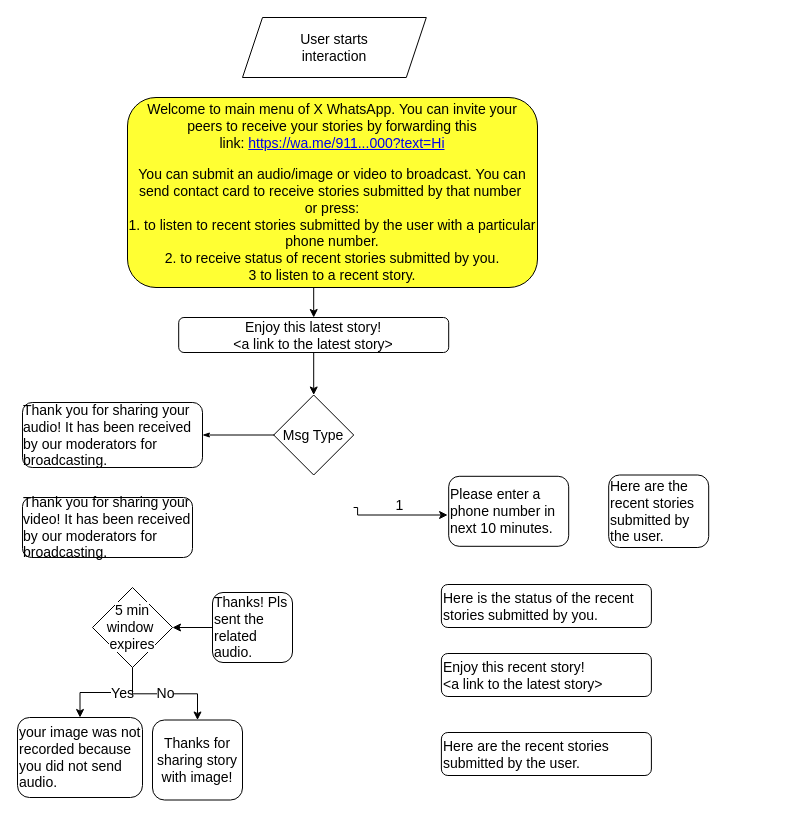
PriyankaVerma98/CGNetSwara-WhatsApp keeps this draw.io diagram as page "PDF Flow7" (10 of 10) of DisseminationFlow.drawio. Above is the earlier version. Source tidied: cells renumbered, new cells numbered last; positions are measured from the earlier drawing's top-left corner, leaving out a move shared by most shapes. Both pictures are drawn from the tidied source at 100%, with x=0, y=0 at pixel (-258, 17).
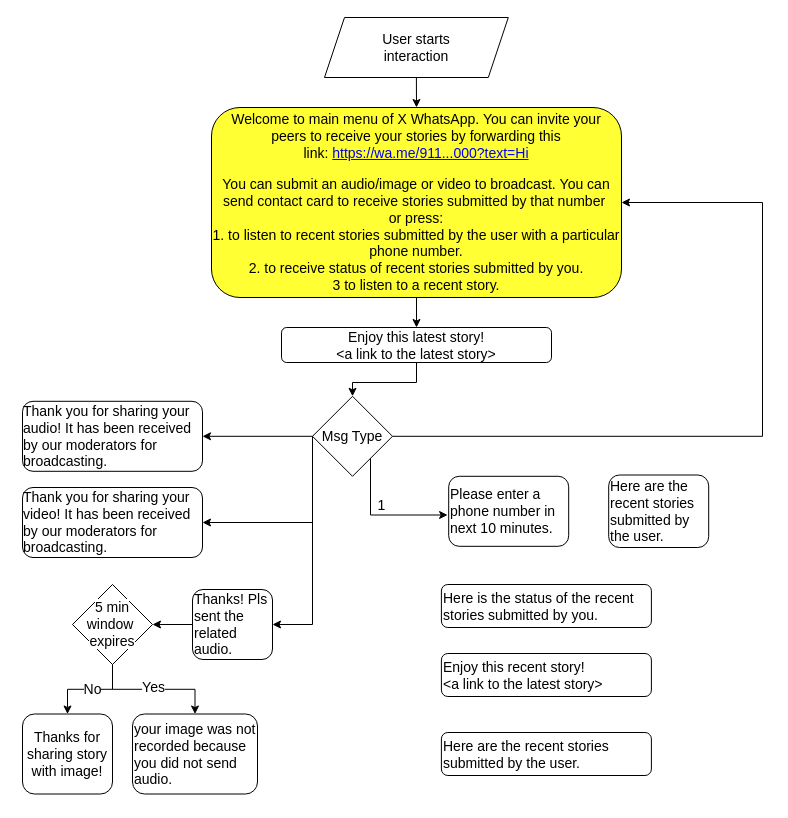
The same diagram, later.

Unchanged cells that the change refers to:
```xml
<mxCell id="16" style="edgeStyle=orthogonalEdgeStyle;rounded=0;jettySize=auto;html=1;startArrow=none;" parent="1" edge="1" source="22" target="20">
  <mxGeometry relative="1" as="geometry" />
</mxCell>
```

Change to the diagram source:
```diff
@@
+    <mxCell id="32" style="edgeStyle=orthogonalEdgeStyle;rounded=0;jettySize=auto;html=1;exitX=0.5;exitY=1;exitDx=0;exitDy=0;entryX=0.5;entryY=0;entryDx=0;entryDy=0;" parent="1" edge="1" source="2" target="9">
+      <mxGeometry relative="1" as="geometry" />
+    </mxCell>
     <mxCell id="2" value="&lt;font style=&quot;font-size: 14px&quot;&gt;User starts &lt;br&gt;interaction&lt;/font&gt;" style="shape=parallelogram;perimeter=parallelogramPerimeter;whiteSpace=wrap;html=1;fixedSize=1;" parent="1" vertex="1">
-      <mxGeometry x="500" width="183.8" height="60" as="geometry" />
+      <mxGeometry x="582" width="183.8" height="60" as="geometry" />
     </mxCell>
+    <mxCell id="4" value="&lt;font style=&quot;font-size: 14px&quot;&gt;1&lt;/font&gt;" style="edgeStyle=orthogonalEdgeStyle;rounded=0;jettySize=auto;html=1;exitX=1;exitY=1;exitDx=0;exitDy=0;entryX=0;entryY=0.5;entryDx=0;entryDy=0;" parent="1" edge="1" source="5">
+      <mxGeometry x="0.04" y="10" relative="1" as="geometry">
+        <mxPoint x="705.1" y="497.5" as="targetPoint" />
+        <Array as="points">
+          <mxPoint x="628" y="439" />
+          <mxPoint x="628" y="498" />
+        </Array>
+      </mxGeometry>
+    </mxCell>
-    <mxCell id="3" style="edgeStyle=orthogonalEdgeStyle;rounded=1;html=1;labelBackgroundColor=none;startArrow=none;startFill=0;startSize=5;endArrow=classicThin;endFill=1;endSize=5;jettySize=auto;strokeWidth=1;fontFamily=Verdana;fontSize=8;exitX=0;exitY=0.5;exitDx=0;exitDy=0;entryX=1;entryY=0.5;entryDx=0;entryDy=0;" parent="1" edge="1" source="5" target="6">
-      <mxGeometry relative="1" as="geometry">
-        <Array as="points">
-          <mxPoint x="565" y="417.5" />
-          <mxPoint x="565" y="417.5" />
-        </Array>
-      </mxGeometry>
+    <mxCell id="3" style="edgeStyle=orthogonalEdgeStyle;rounded=0;jettySize=auto;html=1;entryX=1;entryY=0.5;entryDx=0;entryDy=0;" parent="1" edge="1" source="5" target="6">
+      <mxGeometry relative="1" as="geometry" />
     </mxCell>
-    <mxCell id="4" value="&lt;font style=&quot;font-size: 14px&quot;&gt;1&lt;/font&gt;" style="edgeStyle=orthogonalEdgeStyle;rounded=0;orthogonalLoop=1;jettySize=auto;html=1;exitX=1;exitY=0.5;exitDx=0;exitDy=0;entryX=0;entryY=0.5;entryDx=0;entryDy=0;" parent="1" edge="1">
-      <mxGeometry x="0.04" y="10" relative="1" as="geometry">
-        <mxPoint x="611.1" y="490" as="sourcePoint" />
-        <mxPoint x="705.1" y="497.5" as="targetPoint" />
-        <Array as="points">
-          <mxPoint x="615.1" y="490" />
-          <mxPoint x="615.1" y="498" />
-        </Array>
-      </mxGeometry>
-    </mxCell>
+    <mxCell id="33" style="edgeStyle=orthogonalEdgeStyle;rounded=0;jettySize=auto;html=1;exitX=0;exitY=0.5;exitDx=0;exitDy=0;entryX=1;entryY=0.5;entryDx=0;entryDy=0;" parent="1" edge="1" source="5" target="15">
+      <mxGeometry relative="1" as="geometry">
+        <Array as="points">
+          <mxPoint x="570" y="505" />
+        </Array>
+      </mxGeometry>
+    </mxCell>
+    <mxCell id="34" style="edgeStyle=orthogonalEdgeStyle;rounded=0;jettySize=auto;html=1;exitX=0;exitY=0.5;exitDx=0;exitDy=0;entryX=1;entryY=0.5;entryDx=0;entryDy=0;" parent="1" edge="1" source="5" target="19">
+      <mxGeometry relative="1" as="geometry">
+        <Array as="points">
+          <mxPoint x="570" y="607" />
+        </Array>
+      </mxGeometry>
+    </mxCell>
+    <mxCell id="35" style="edgeStyle=orthogonalEdgeStyle;rounded=0;jettySize=auto;html=1;exitX=1;exitY=0.5;exitDx=0;exitDy=0;entryX=1;entryY=0.5;entryDx=0;entryDy=0;" parent="1" edge="1" source="5" target="9">
+      <mxGeometry relative="1" as="geometry">
+        <Array as="points">
+          <mxPoint x="1020" y="419" />
+          <mxPoint x="1020" y="185" />
+        </Array>
+      </mxGeometry>
+    </mxCell>
     <mxCell id="5" value="&lt;font style=&quot;font-size: 14px&quot;&gt;Msg Type&lt;/font&gt;" style="rhombus;whiteSpace=wrap;html=1;" parent="1" vertex="1">
-      <mxGeometry x="531.2" y="377.5" width="80" height="80" as="geometry" />
+      <mxGeometry x="570" y="378.8" width="80" height="80" as="geometry" />
     </mxCell>
     <mxCell id="6" value="&lt;p&gt;&lt;/p&gt;&lt;div&gt;&lt;div style=&quot;text-align: left&quot;&gt;&lt;font face=&quot;Helvetica&quot; style=&quot;font-size: 14px&quot;&gt;Thank you for sharing&amp;nbsp;your audio! It has been received by our moderators for broadcasting.&amp;nbsp;&lt;/font&gt;&lt;/div&gt;&lt;/div&gt;&lt;p&gt;&lt;/p&gt;" style="rounded=1;whiteSpace=wrap;html=1;shadow=0;labelBackgroundColor=none;strokeWidth=1;fontFamily=Verdana;fontSize=8;align=center;" parent="1" vertex="1">
-      <mxGeometry x="280" y="385" width="180" height="65" as="geometry" />
+      <mxGeometry x="280" y="383.8" width="180" height="70" as="geometry" />
     </mxCell>
@@
     <mxCell id="9" value="&lt;div&gt;&lt;font style=&quot;font-size: 14px&quot;&gt;&lt;span&gt;&lt;br&gt;&lt;/span&gt;&lt;/font&gt;&lt;/div&gt;&lt;div&gt;&lt;font style=&quot;font-size: 14px&quot;&gt;&lt;span&gt;Welcome to main menu of X WhatsApp.&amp;nbsp;&lt;/span&gt;&lt;span&gt;You can invite your peers to receive your stories by forwarding this link:&amp;nbsp;&lt;/span&gt;&lt;a href=&quot;https://wa.me/918050068000?text=Hi&quot;&gt;https://wa.me/911...000?text=Hi&lt;/a&gt;&lt;/font&gt;&lt;/div&gt;&lt;div&gt;&lt;br&gt;&lt;/div&gt;&lt;div&gt;&lt;font style=&quot;font-size: 14px&quot;&gt;You can submit an audio/image or video to broadcast.&amp;nbsp;&lt;/font&gt;&lt;font style=&quot;font-size: 14px&quot;&gt;You can send contact card to receive stories submitted by that number&amp;nbsp;&lt;/font&gt;&lt;/div&gt;&lt;div&gt;&lt;span style=&quot;font-size: 14px&quot;&gt;or press:&lt;/span&gt;&lt;/div&gt;&lt;div&gt;&lt;font style=&quot;font-size: 14px&quot;&gt;1.&amp;nbsp;&lt;/font&gt;&lt;span style=&quot;font-size: 14px&quot;&gt;to listen to recent stories submitted by the user with a particular phone number.&lt;/span&gt;&lt;/div&gt;&lt;div&gt;&lt;font style=&quot;font-size: 14px&quot;&gt;&lt;font&gt;2. to receive status of recent stories submitted by you&lt;/font&gt;.&lt;/font&gt;&lt;/div&gt;&lt;div&gt;&lt;font style=&quot;font-size: 14px&quot;&gt;3 to listen to a recent story.&lt;br&gt;&lt;/font&gt;&lt;/div&gt;&lt;div&gt;&lt;font style=&quot;font-size: 14px&quot;&gt;&lt;br&gt;&lt;/font&gt;&lt;/div&gt;" style="rounded=1;whiteSpace=wrap;html=1;fillColor=#FFFF33;" parent="1" vertex="1">
-      <mxGeometry x="385" y="80" width="410" height="190" as="geometry" />
+      <mxGeometry x="469" y="90" width="410" height="190" as="geometry" />
     </mxCell>
@@
     <mxCell id="15" value="&lt;p&gt;&lt;/p&gt;&lt;div&gt;&lt;div style=&quot;text-align: left&quot;&gt;&lt;font face=&quot;Helvetica&quot; style=&quot;font-size: 14px&quot;&gt;Thank you for sharing&amp;nbsp;your video! It has been received by our moderators for broadcasting.&amp;nbsp;&lt;/font&gt;&lt;/div&gt;&lt;/div&gt;&lt;p&gt;&lt;/p&gt;" style="rounded=1;whiteSpace=wrap;html=1;shadow=0;labelBackgroundColor=none;strokeWidth=1;fontFamily=Verdana;fontSize=8;align=center;" parent="1" vertex="1">
-      <mxGeometry x="280" y="480" width="170" height="60" as="geometry" />
+      <mxGeometry x="280" y="470" width="180" height="70" as="geometry" />
     </mxCell>
@@
     <mxCell id="17" value="&lt;font style=&quot;font-size: 14px&quot;&gt;Yes&lt;/font&gt;" style="edgeLabel;html=1;align=center;verticalAlign=middle;" parent="16" vertex="1">
       <mxGeometry x="-0.03" y="1" relative="1" as="geometry">
-        <mxPoint x="14" y="-1" as="offset" />
+        <mxPoint x="1" y="-1" as="offset" />
       </mxGeometry>
     </mxCell>
@@
     <mxCell id="19" value="&lt;font style=&quot;font-size: 14px&quot;&gt;Thanks! Pls sent the related audio.&lt;/font&gt;" style="rounded=1;whiteSpace=wrap;html=1;align=left;" parent="1" vertex="1">
-      <mxGeometry x="470" y="575" width="80" height="70" as="geometry" />
+      <mxGeometry x="450" y="572" width="80" height="70" as="geometry" />
     </mxCell>
     <mxCell id="20" value="&lt;font style=&quot;font-size: 14px&quot;&gt;your image was not recorded because you did not send audio.&lt;/font&gt;" style="rounded=1;whiteSpace=wrap;html=1;align=left;" parent="1" vertex="1">
-      <mxGeometry x="275" y="700" width="125" height="80" as="geometry" />
+      <mxGeometry x="390" y="696.5" width="125" height="80" as="geometry" />
     </mxCell>
     <mxCell id="21" value="&lt;font style=&quot;font-size: 14px&quot;&gt;No&lt;/font&gt;" style="edgeStyle=orthogonalEdgeStyle;rounded=0;jettySize=auto;html=1;" parent="1" edge="1" source="22" target="23">
-      <mxGeometry relative="1" as="geometry" />
+      <mxGeometry x="-0.05" relative="1" as="geometry" />
     </mxCell>
     <mxCell id="22" value="&lt;font style=&quot;font-size: 14px&quot;&gt;&lt;span style=&quot;background-color: rgb(255 , 255 , 255)&quot;&gt;5 min window&amp;nbsp;&lt;/span&gt;&lt;br style=&quot;background-color: rgb(255 , 255 , 255)&quot;&gt;&lt;span style=&quot;background-color: rgb(255 , 255 , 255)&quot;&gt;expires&lt;/span&gt;&lt;/font&gt;" style="rhombus;whiteSpace=wrap;html=1;" parent="1" vertex="1">
-      <mxGeometry x="350" y="570" width="80" height="80" as="geometry" />
+      <mxGeometry x="330" y="567" width="80" height="80" as="geometry" />
     </mxCell>
     <mxCell id="23" value="&lt;font style=&quot;font-size: 14px&quot;&gt;Thanks for sharing story with image!&lt;br&gt;&lt;/font&gt;" style="rounded=1;whiteSpace=wrap;html=1;" parent="1" vertex="1">
-      <mxGeometry x="410" y="702.5" width="90" height="80" as="geometry" />
+      <mxGeometry x="280" y="696.5" width="90" height="80" as="geometry" />
     </mxCell>
@@
     <mxCell id="25" value="&lt;span style=&quot;font-size: 14px&quot;&gt;Enjoy this latest story!&lt;/span&gt;&lt;br style=&quot;font-size: 14px&quot;&gt;&lt;span style=&quot;font-size: 14px&quot;&gt;&amp;lt;a link to the latest story&amp;gt;&lt;/span&gt;" style="rounded=1;whiteSpace=wrap;html=1;" parent="1" vertex="1">
-      <mxGeometry x="436.2" y="300" width="270" height="35" as="geometry" />
+      <mxGeometry x="539" y="310" width="270" height="35" as="geometry" />
     </mxCell>
```
